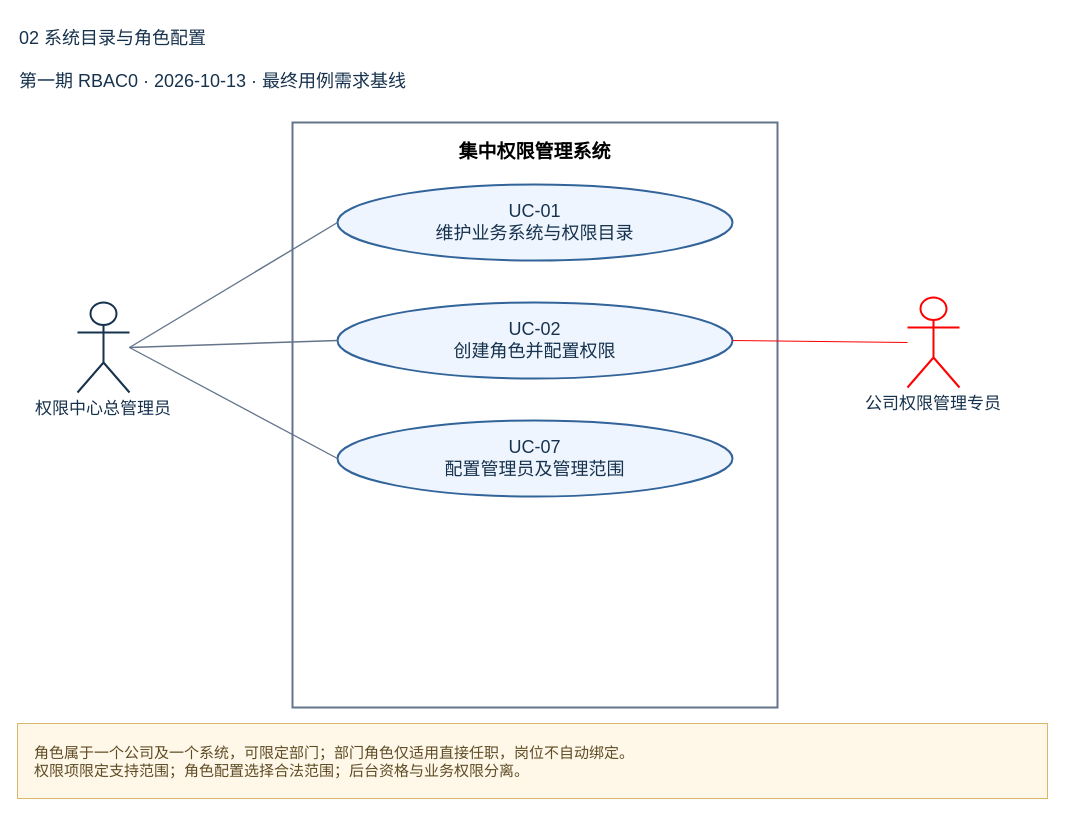
This is page "02 系统目录与角色配置" (2 of 2) of docs/按用例分类/UC-02_创建角色并配置权限/相关用例图.drawio from Noah-hope/RBAC-admin, a draw.io file, before an edit. Source tidied: cells renumbered, new cells numbered last; positions are measured from the earlier drawing's top-left corner, leaving out a move shared by most shapes. Both pictures are drawn from the tidied source at 100%, with x=0, y=0 at pixel (17, 17).
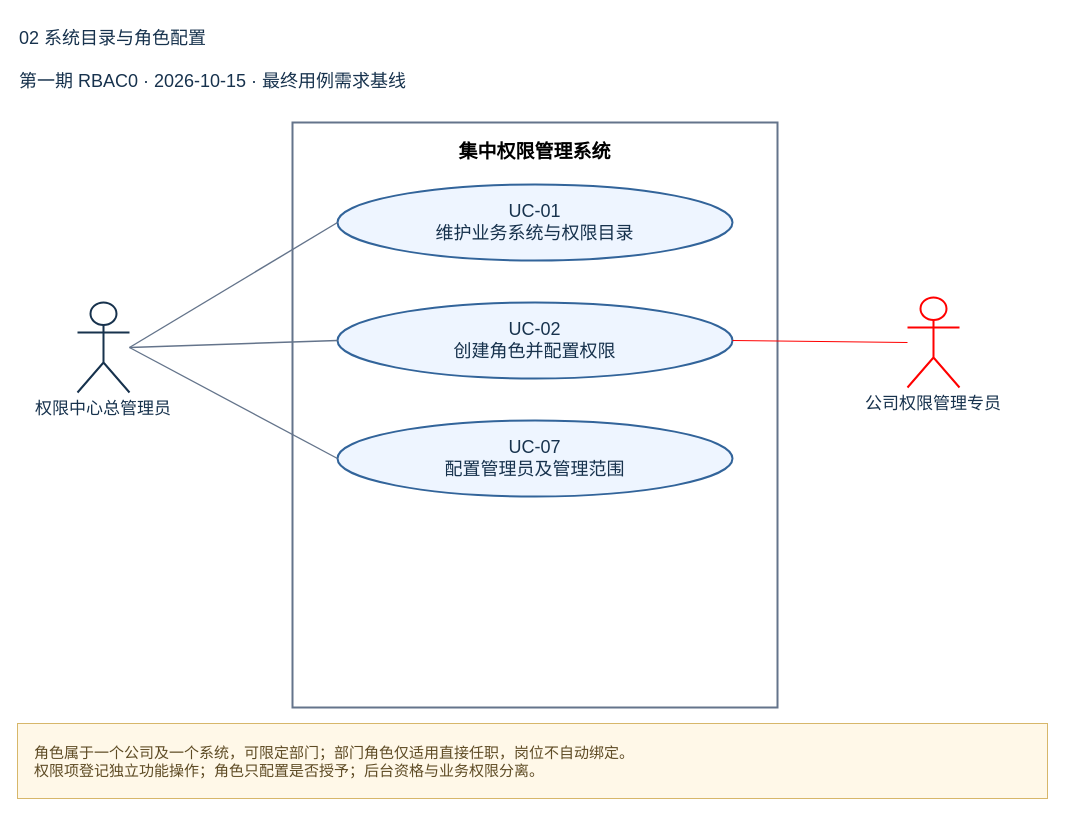
Above is the later version.

What changed in the source:
```diff
@@
 <mxGraphModel>
   <root>
     <mxCell id="0" />
     <mxCell id="1" parent="0" />
     <mxCell id="2" value="02 系统目录与角色配置" style="text;html=0;align=left;verticalAlign=middle;whiteSpace=wrap;strokeColor=none;fillColor=none;fontSize=18;fontColor=#17324d;" parent="1" vertex="1">
       <mxGeometry width="1030" height="42" as="geometry" />
     </mxCell>
-    <mxCell id="3" value="第一期 RBAC0 · 2026-10-13 · 最终用例需求基线" style="text;html=0;align=left;verticalAlign=middle;whiteSpace=wrap;strokeColor=none;fillColor=none;fontSize=18;fontColor=#17324d;" parent="1" vertex="1">
+    <mxCell id="3" value="第一期 RBAC0 · 2026-10-15 · 最终用例需求基线" style="text;html=0;align=left;verticalAlign=middle;whiteSpace=wrap;strokeColor=none;fillColor=none;fontSize=18;fontColor=#17324d;" parent="1" vertex="1">
       <mxGeometry y="47" width="1030" height="34" as="geometry" />
     </mxCell>
     <mxCell id="4" value="集中权限管理系统" style="rounded=0;html=0;whiteSpace=wrap;fillColor=#ffffff;strokeColor=#64748b;strokeWidth=2;verticalAlign=top;align=center;spacingTop=12;fontStyle=1;fontSize=19;" parent="1" vertex="1">
       <mxGeometry x="275" y="105" width="485" height="585" as="geometry" />
     </mxCell>
     <mxCell id="5" value="UC-01&#10;维护业务系统与权限目录" style="ellipse;html=0;whiteSpace=wrap;fillColor=#eef5ff;strokeColor=#32649a;strokeWidth=2;fontSize=18;fontColor=#17324d;" parent="1" vertex="1">
       <mxGeometry x="320" y="167" width="395" height="76" as="geometry" />
     </mxCell>
     <mxCell id="6" value="UC-02&#10;创建角色并配置权限" style="ellipse;html=0;whiteSpace=wrap;fillColor=#eef5ff;strokeColor=#32649a;strokeWidth=2;fontSize=18;fontColor=#17324d;" parent="1" vertex="1">
       <mxGeometry x="320" y="285" width="395" height="76" as="geometry" />
     </mxCell>
     <mxCell id="7" value="UC-07&#10;配置管理员及管理范围" style="ellipse;html=0;whiteSpace=wrap;fillColor=#eef5ff;strokeColor=#32649a;strokeWidth=2;fontSize=18;fontColor=#17324d;" parent="1" vertex="1">
       <mxGeometry x="320" y="403" width="395" height="76" as="geometry" />
     </mxCell>
     <mxCell id="8" value="权限中心总管理员" style="shape=umlActor;html=0;verticalLabelPosition=bottom;verticalAlign=top;align=center;fillColor=#ffffff;strokeColor=#17324d;strokeWidth=2;fontSize=17;fontColor=#17324d;whiteSpace=wrap;labelWidth=190;" parent="1" vertex="1">
       <mxGeometry x="60" y="285" width="52" height="90" as="geometry" />
     </mxCell>
-    <mxCell id="9" value="角色属于一个公司及一个系统，可限定部门；部门角色仅适用直接任职，岗位不自动绑定。&#10;权限项限定支持范围；角色配置选择合法范围；后台资格与业务权限分离。" style="rounded=0;html=0;whiteSpace=wrap;align=left;spacingLeft=15;fillColor=#fff8e8;strokeColor=#d7b76a;fontColor=#5e4b24;fontSize=15;" parent="1" vertex="1">
+    <mxCell id="9" value="角色属于一个公司及一个系统，可限定部门；部门角色仅适用直接任职，岗位不自动绑定。&#10;权限项登记独立功能操作；角色只配置是否授予；后台资格与业务权限分离。" style="rounded=0;html=0;whiteSpace=wrap;align=left;spacingLeft=15;fillColor=#fff8e8;strokeColor=#d7b76a;fontColor=#5e4b24;fontSize=15;" parent="1" vertex="1">
       <mxGeometry y="706" width="1030" height="75" as="geometry" />
     </mxCell>
     <mxCell id="10" style="html=0;endArrow=none;startArrow=none;strokeColor=#64748b;strokeWidth=1.4;edgeStyle=none;noEdgeStyle=1;curved=0;rounded=0;exitX=1;exitY=0.5;entryX=0;entryY=0.5;exitPerimeter=0;entryPerimeter=0;" parent="1" edge="1" source="8" target="5">
       <mxGeometry relative="1" as="geometry" />
     </mxCell>
     <mxCell id="11" style="html=0;endArrow=none;startArrow=none;strokeColor=#64748b;strokeWidth=1.4;edgeStyle=none;noEdgeStyle=1;curved=0;rounded=0;exitX=1;exitY=0.5;entryX=0;entryY=0.5;exitPerimeter=0;entryPerimeter=0;" parent="1" edge="1" source="8" target="6">
       <mxGeometry relative="1" as="geometry" />
     </mxCell>
     <mxCell id="12" style="html=0;endArrow=none;startArrow=none;strokeColor=#64748b;strokeWidth=1.4;edgeStyle=none;noEdgeStyle=1;curved=0;rounded=0;exitX=1;exitY=0.5;entryX=0;entryY=0.5;exitPerimeter=0;entryPerimeter=0;" parent="1" edge="1" source="8" target="7">
       <mxGeometry relative="1" as="geometry" />
     </mxCell>
     <mxCell id="13" value="公司权限管理专员" style="shape=umlActor;html=0;verticalLabelPosition=bottom;verticalAlign=top;align=center;fillColor=#ffffff;strokeColor=#FF0000;strokeWidth=2;fontSize=17;fontColor=#17324d;whiteSpace=wrap;labelWidth=190;" parent="1" vertex="1">
       <mxGeometry x="890" y="280" width="52" height="90" as="geometry" />
     </mxCell>
     <mxCell id="14" style="edgeStyle=none;noEdgeStyle=1;curved=0;rounded=0;endArrow=none;startArrow=none;strokeColor=#FF0000;exitX=0;exitY=0.5;entryX=1;entryY=0.5;exitPerimeter=0;entryPerimeter=0;" parent="1" edge="1" source="13" target="6">
       <mxGeometry relative="1" as="geometry" />
     </mxCell>
   </root>
 </mxGraphModel>
```
